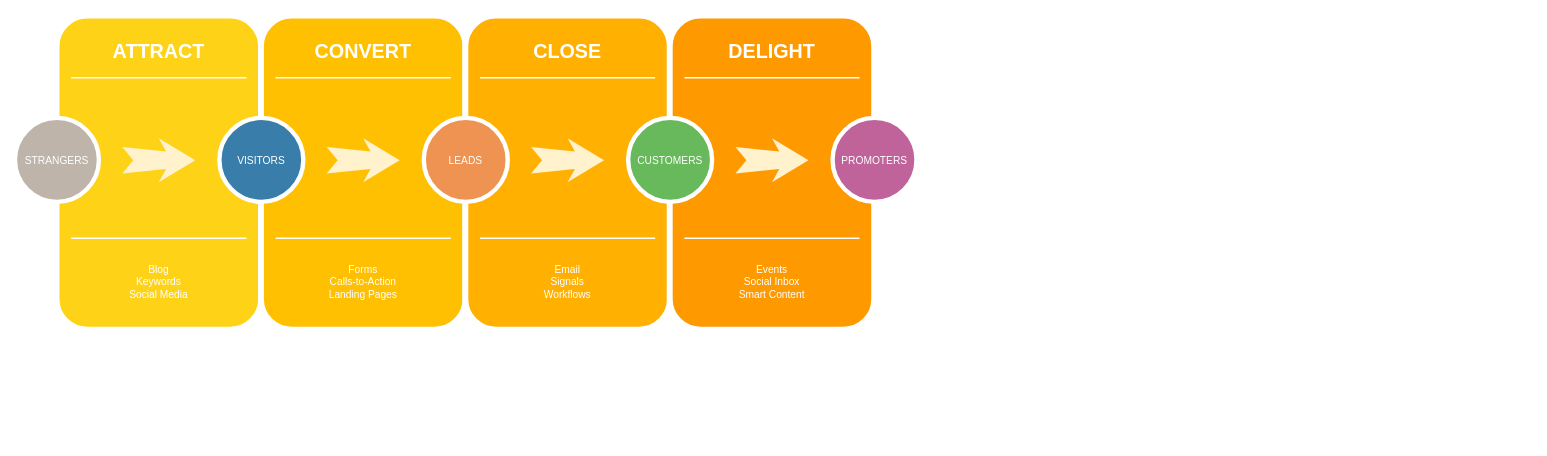
The draw.io diagram Диаграмма без названия.drawio in NoBoringDate/Project_x, before the edit. Source tidied: cells renumbered, new cells numbered last; positions are measured from the earlier drawing's top-left corner, leaving out a move shared by most shapes. Both pictures are drawn from the tidied source at 73%, with x=0, y=0 at pixel (15, 15).
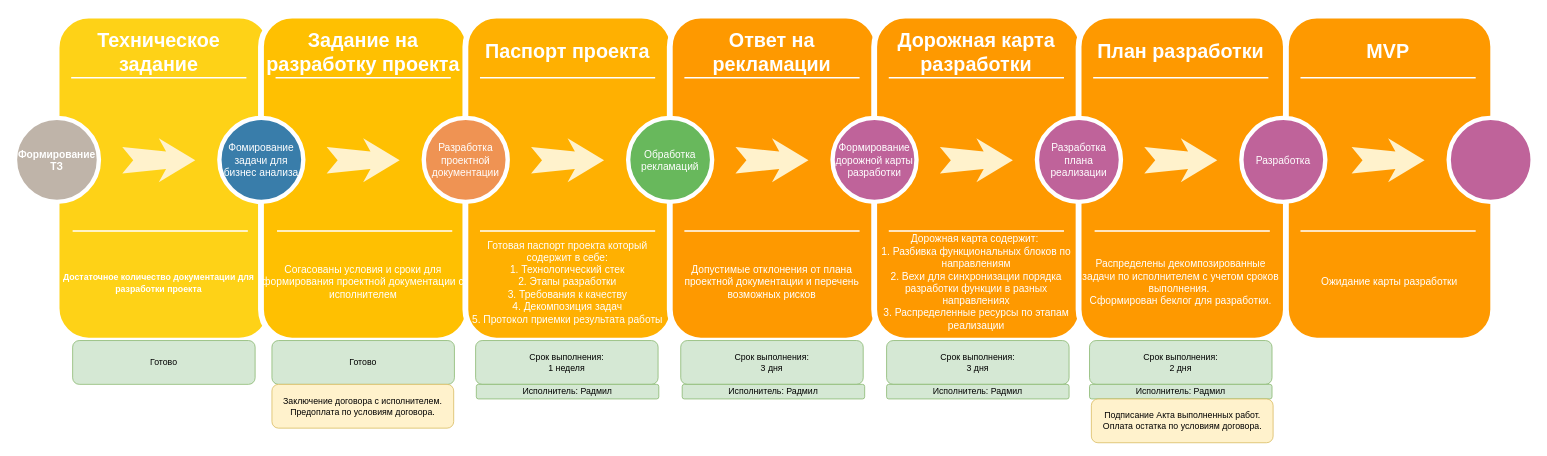
After the change.

What changed in the source:
```diff
@@
     <mxCell id="2" style="whiteSpace=wrap;html=1;rounded=1;shadow=0;strokeWidth=8;fontSize=20;align=center;fillColor=#FED217;strokeColor=#FFFFFF;" parent="1" vertex="1">
-      <mxGeometry x="57" width="280" height="430" as="geometry" />
+      <mxGeometry x="57" width="294" height="445" as="geometry" />
     </mxCell>
-    <mxCell id="3" value="ATTRACT" style="text;html=1;strokeColor=none;fillColor=none;align=center;verticalAlign=middle;whiteSpace=wrap;rounded=0;shadow=0;fontSize=27;fontColor=#FFFFFF;fontStyle=1;" parent="1" vertex="1">
+    <mxCell id="3" value="Техническое задание" style="text;html=1;strokeColor=none;fillColor=none;align=center;verticalAlign=middle;whiteSpace=wrap;rounded=0;shadow=0;fontSize=27;fontColor=#FFFFFF;fontStyle=1;" parent="1" vertex="1">
       <mxGeometry x="57" y="20" width="280" height="60" as="geometry" />
     </mxCell>
-    <mxCell id="4" value="Blog&lt;div&gt;Keywords&lt;/div&gt;&lt;div&gt;Social Media&lt;/div&gt;" style="text;html=1;strokeColor=none;fillColor=none;align=center;verticalAlign=middle;whiteSpace=wrap;rounded=0;shadow=0;fontSize=14;fontColor=#FFFFFF;" parent="1" vertex="1">
+    <mxCell id="4" value="&lt;b&gt;&lt;font style=&quot;font-size: 12px;&quot;&gt;Достаточное количество документации для разработки проекта&lt;/font&gt;&lt;/b&gt;" style="text;html=1;strokeColor=none;fillColor=none;align=center;verticalAlign=middle;whiteSpace=wrap;rounded=0;shadow=0;fontSize=14;fontColor=#FFFFFF;" parent="1" vertex="1">
       <mxGeometry x="57" y="320" width="280" height="90" as="geometry" />
     </mxCell>
@@
     <mxCell id="6" style="line;strokeWidth=2;html=1;rounded=0;shadow=0;fontSize=27;align=center;fillColor=none;strokeColor=#FFFFFF;" parent="1" vertex="1">
-      <mxGeometry x="77" y="300" width="240" height="10" as="geometry" />
+      <mxGeometry x="79" y="290" width="240" height="10" as="geometry" />
     </mxCell>
-    <mxCell id="7" value="STRANGERS" style="ellipse;whiteSpace=wrap;html=1;rounded=0;shadow=0;strokeWidth=6;fontSize=14;align=center;fillColor=#BFB4A9;strokeColor=#FFFFFF;fontColor=#FFFFFF;" parent="1" vertex="1">
+    <mxCell id="7" value="&lt;b&gt;Формирование&lt;br&gt;ТЗ&lt;/b&gt;" style="ellipse;whiteSpace=wrap;html=1;rounded=0;shadow=0;strokeWidth=6;fontSize=14;align=center;fillColor=#BFB4A9;strokeColor=#FFFFFF;fontColor=#FFFFFF;" parent="1" vertex="1">
       <mxGeometry y="140" width="115" height="115" as="geometry" />
     </mxCell>
@@
     <mxCell id="9" style="whiteSpace=wrap;html=1;rounded=1;shadow=0;strokeWidth=8;fontSize=20;align=center;fillColor=#FFC001;strokeColor=#FFFFFF;" parent="1" vertex="1">
-      <mxGeometry x="337" width="280" height="430" as="geometry" />
+      <mxGeometry x="337" width="284" height="445" as="geometry" />
     </mxCell>
-    <mxCell id="10" value="CONVERT" style="text;html=1;strokeColor=none;fillColor=none;align=center;verticalAlign=middle;whiteSpace=wrap;rounded=0;shadow=0;fontSize=27;fontColor=#FFFFFF;fontStyle=1;" parent="1" vertex="1">
+    <mxCell id="10" value="Задание на разработку проекта" style="text;html=1;strokeColor=none;fillColor=none;align=center;verticalAlign=middle;whiteSpace=wrap;rounded=0;shadow=0;fontSize=27;fontColor=#FFFFFF;fontStyle=1;" parent="1" vertex="1">
       <mxGeometry x="337" y="20" width="280" height="60" as="geometry" />
     </mxCell>
-    <mxCell id="11" value="Forms&lt;div&gt;Calls-to-Action&lt;/div&gt;&lt;div&gt;Landing Pages&lt;/div&gt;" style="text;html=1;strokeColor=none;fillColor=none;align=center;verticalAlign=middle;whiteSpace=wrap;rounded=0;shadow=0;fontSize=14;fontColor=#FFFFFF;" parent="1" vertex="1">
+    <mxCell id="11" value="Согасованы условия и сроки для формирования проектной документации с исполнителем" style="text;html=1;strokeColor=none;fillColor=none;align=center;verticalAlign=middle;whiteSpace=wrap;rounded=0;shadow=0;fontSize=14;fontColor=#FFFFFF;" parent="1" vertex="1">
       <mxGeometry x="337" y="320" width="280" height="90" as="geometry" />
     </mxCell>
@@
     <mxCell id="13" style="line;strokeWidth=2;html=1;rounded=0;shadow=0;fontSize=27;align=center;fillColor=none;strokeColor=#FFFFFF;" parent="1" vertex="1">
-      <mxGeometry x="357" y="300" width="240" height="10" as="geometry" />
+      <mxGeometry x="359" y="290" width="240" height="10" as="geometry" />
     </mxCell>
-    <mxCell id="14" value="VISITORS" style="ellipse;whiteSpace=wrap;html=1;rounded=0;shadow=0;strokeWidth=6;fontSize=14;align=center;fillColor=#397DAA;strokeColor=#FFFFFF;fontColor=#FFFFFF;" parent="1" vertex="1">
+    <mxCell id="14" value="Фомирование задачи для бизнес анализа" style="ellipse;whiteSpace=wrap;html=1;rounded=0;shadow=0;strokeWidth=6;fontSize=14;align=center;fillColor=#397DAA;strokeColor=#FFFFFF;fontColor=#FFFFFF;" parent="1" vertex="1">
       <mxGeometry x="280" y="140" width="115" height="115" as="geometry" />
     </mxCell>
@@
     <mxCell id="16" style="whiteSpace=wrap;html=1;rounded=1;shadow=0;strokeWidth=8;fontSize=20;align=center;fillColor=#FFB001;strokeColor=#FFFFFF;" parent="1" vertex="1">
-      <mxGeometry x="617" width="280" height="430" as="geometry" />
+      <mxGeometry x="617" width="284" height="445" as="geometry" />
     </mxCell>
-    <mxCell id="17" value="CLOSE" style="text;html=1;strokeColor=none;fillColor=none;align=center;verticalAlign=middle;whiteSpace=wrap;rounded=0;shadow=0;fontSize=27;fontColor=#FFFFFF;fontStyle=1;" parent="1" vertex="1">
+    <mxCell id="17" value="Паспорт проекта" style="text;html=1;strokeColor=none;fillColor=none;align=center;verticalAlign=middle;whiteSpace=wrap;rounded=0;shadow=0;fontSize=27;fontColor=#FFFFFF;fontStyle=1;" parent="1" vertex="1">
       <mxGeometry x="617" y="20" width="280" height="60" as="geometry" />
     </mxCell>
-    <mxCell id="18" value="Email&lt;div&gt;Signals&lt;/div&gt;&lt;div&gt;Workflows&lt;/div&gt;" style="text;html=1;strokeColor=none;fillColor=none;align=center;verticalAlign=middle;whiteSpace=wrap;rounded=0;shadow=0;fontSize=14;fontColor=#FFFFFF;" parent="1" vertex="1">
+    <mxCell id="18" value="Готовая паспорт проекта который содержит в себе:&lt;br&gt;1. Технологический стек&lt;br&gt;2. Этапы разработки&lt;br&gt;3. Требования к качеству&lt;br&gt;4. Декомпозиция задач&lt;br&gt;5. Протокол приемки результата работы" style="text;html=1;strokeColor=none;fillColor=none;align=center;verticalAlign=middle;whiteSpace=wrap;rounded=0;shadow=0;fontSize=14;fontColor=#FFFFFF;" parent="1" vertex="1">
       <mxGeometry x="617" y="320" width="280" height="90" as="geometry" />
     </mxCell>
@@
     <mxCell id="20" style="line;strokeWidth=2;html=1;rounded=0;shadow=0;fontSize=27;align=center;fillColor=none;strokeColor=#FFFFFF;" parent="1" vertex="1">
-      <mxGeometry x="637" y="300" width="240" height="10" as="geometry" />
+      <mxGeometry x="637" y="290" width="240" height="10" as="geometry" />
     </mxCell>
-    <mxCell id="21" value="LEADS" style="ellipse;whiteSpace=wrap;html=1;rounded=0;shadow=0;strokeWidth=6;fontSize=14;align=center;fillColor=#EF9353;strokeColor=#FFFFFF;fontColor=#FFFFFF;" parent="1" vertex="1">
+    <mxCell id="21" value="Разработка проектной документации" style="ellipse;whiteSpace=wrap;html=1;rounded=0;shadow=0;strokeWidth=6;fontSize=14;align=center;fillColor=#EF9353;strokeColor=#FFFFFF;fontColor=#FFFFFF;" parent="1" vertex="1">
       <mxGeometry x="560" y="140" width="115" height="115" as="geometry" />
     </mxCell>
@@
     <mxCell id="23" style="whiteSpace=wrap;html=1;rounded=1;shadow=0;strokeWidth=8;fontSize=20;align=center;fillColor=#FE9900;strokeColor=#FFFFFF;" parent="1" vertex="1">
-      <mxGeometry x="897" width="280" height="430" as="geometry" />
+      <mxGeometry x="897" width="284" height="445" as="geometry" />
     </mxCell>
-    <mxCell id="24" value="DELIGHT" style="text;html=1;strokeColor=none;fillColor=none;align=center;verticalAlign=middle;whiteSpace=wrap;rounded=0;shadow=0;fontSize=27;fontColor=#FFFFFF;fontStyle=1;" parent="1" vertex="1">
+    <mxCell id="24" value="Ответ на рекламации" style="text;html=1;strokeColor=none;fillColor=none;align=center;verticalAlign=middle;whiteSpace=wrap;rounded=0;shadow=0;fontSize=27;fontColor=#FFFFFF;fontStyle=1;" parent="1" vertex="1">
       <mxGeometry x="897" y="20" width="280" height="60" as="geometry" />
     </mxCell>
-    <mxCell id="25" value="Events&lt;div&gt;Social Inbox&lt;/div&gt;&lt;div&gt;Smart Content&lt;/div&gt;" style="text;html=1;strokeColor=none;fillColor=none;align=center;verticalAlign=middle;whiteSpace=wrap;rounded=0;shadow=0;fontSize=14;fontColor=#FFFFFF;" parent="1" vertex="1">
+    <mxCell id="25" value="Допустимые отклонения от плана проектной документации и перечень возможных рисков" style="text;html=1;strokeColor=none;fillColor=none;align=center;verticalAlign=middle;whiteSpace=wrap;rounded=0;shadow=0;fontSize=14;fontColor=#FFFFFF;" parent="1" vertex="1">
       <mxGeometry x="897" y="320" width="280" height="90" as="geometry" />
     </mxCell>
@@
     <mxCell id="27" style="line;strokeWidth=2;html=1;rounded=0;shadow=0;fontSize=27;align=center;fillColor=none;strokeColor=#FFFFFF;" parent="1" vertex="1">
-      <mxGeometry x="917" y="300" width="240" height="10" as="geometry" />
+      <mxGeometry x="917" y="290" width="240" height="10" as="geometry" />
     </mxCell>
-    <mxCell id="28" value="CUSTOMERS" style="ellipse;whiteSpace=wrap;html=1;rounded=0;shadow=0;strokeWidth=6;fontSize=14;align=center;fillColor=#68B85C;strokeColor=#FFFFFF;fontColor=#FFFFFF;" parent="1" vertex="1">
+    <mxCell id="28" value="Обработка рекламаций" style="ellipse;whiteSpace=wrap;html=1;rounded=0;shadow=0;strokeWidth=6;fontSize=14;align=center;fillColor=#68B85C;strokeColor=#FFFFFF;fontColor=#FFFFFF;" parent="1" vertex="1">
       <mxGeometry x="840" y="140" width="115" height="115" as="geometry" />
     </mxCell>
@@
+    <mxCell id="31" style="whiteSpace=wrap;html=1;rounded=1;shadow=0;strokeWidth=8;fontSize=20;align=center;fillColor=#FE9900;strokeColor=#FFFFFF;" parent="1" vertex="1">
+      <mxGeometry x="1177" width="284" height="445" as="geometry" />
+    </mxCell>
+    <mxCell id="32" value="Дорожная карта разработки" style="text;html=1;strokeColor=none;fillColor=none;align=center;verticalAlign=middle;whiteSpace=wrap;rounded=0;shadow=0;fontSize=27;fontColor=#FFFFFF;fontStyle=1;" parent="1" vertex="1">
+      <mxGeometry x="1177" y="20" width="280" height="60" as="geometry" />
+    </mxCell>
+    <mxCell id="33" value="Дорожная карта содержит:&amp;nbsp;&lt;br&gt;1. Разбивка функциональных блоков по направлениям&lt;div&gt;2. Вехи для синхронизации порядка разработки функции в разных направлениях&lt;br&gt;3. Распределенные ресурсы по этапам реализации&lt;/div&gt;" style="text;html=1;strokeColor=none;fillColor=none;align=center;verticalAlign=middle;whiteSpace=wrap;rounded=0;shadow=0;fontSize=14;fontColor=#FFFFFF;" parent="1" vertex="1">
+      <mxGeometry x="1177" y="320" width="280" height="90" as="geometry" />
+    </mxCell>
+    <mxCell id="34" style="line;strokeWidth=2;html=1;rounded=0;shadow=0;fontSize=27;align=center;fillColor=none;strokeColor=#FFFFFF;" parent="1" vertex="1">
+      <mxGeometry x="1197" y="80" width="240" height="10" as="geometry" />
+    </mxCell>
+    <mxCell id="35" style="line;strokeWidth=2;html=1;rounded=0;shadow=0;fontSize=27;align=center;fillColor=none;strokeColor=#FFFFFF;" parent="1" vertex="1">
+      <mxGeometry x="1197" y="290" width="240" height="10" as="geometry" />
+    </mxCell>
+    <mxCell id="36" style="html=1;shadow=0;dashed=0;align=center;verticalAlign=middle;shape=mxgraph.arrows2.stylisedArrow;dy=0.6;dx=40;notch=15;feather=0.4;rounded=0;strokeWidth=1;fontSize=27;strokeColor=none;fillColor=#fff2cc;" parent="1" vertex="1">
+      <mxGeometry x="1267" y="168" width="100" height="60" as="geometry" />
+    </mxCell>
-    <mxCell id="30" value="PROMOTERS" style="ellipse;whiteSpace=wrap;html=1;rounded=0;shadow=0;strokeWidth=6;fontSize=14;align=center;fillColor=#BF639A;strokeColor=#FFFFFF;fontColor=#FFFFFF;" parent="1" vertex="1">
+    <mxCell id="30" value="Формирование дорожной карты разработки" style="ellipse;whiteSpace=wrap;html=1;rounded=0;shadow=0;strokeWidth=6;fontSize=14;align=center;fillColor=#BF639A;strokeColor=#FFFFFF;fontColor=#FFFFFF;" parent="1" vertex="1">
       <mxGeometry x="1120" y="140" width="115" height="115" as="geometry" />
     </mxCell>
+    <mxCell id="37" style="whiteSpace=wrap;html=1;rounded=1;shadow=0;strokeWidth=8;fontSize=20;align=center;fillColor=#FE9900;strokeColor=#FFFFFF;" parent="1" vertex="1">
+      <mxGeometry x="1457" width="284" height="445" as="geometry" />
+    </mxCell>
+    <mxCell id="38" value="План разработки" style="text;html=1;strokeColor=none;fillColor=none;align=center;verticalAlign=middle;whiteSpace=wrap;rounded=0;shadow=0;fontSize=27;fontColor=#FFFFFF;fontStyle=1;" parent="1" vertex="1">
+      <mxGeometry x="1457" y="20" width="280" height="60" as="geometry" />
+    </mxCell>
+    <mxCell id="39" value="Распределены декомпозированные задачи по исполнителем с учетом сроков выполнения.&amp;nbsp;&lt;br&gt;Сформирован беклог для разработки." style="text;html=1;strokeColor=none;fillColor=none;align=center;verticalAlign=middle;whiteSpace=wrap;rounded=0;shadow=0;fontSize=14;fontColor=#FFFFFF;" parent="1" vertex="1">
+      <mxGeometry x="1457" y="320" width="280" height="90" as="geometry" />
+    </mxCell>
+    <mxCell id="40" style="line;strokeWidth=2;html=1;rounded=0;shadow=0;fontSize=27;align=center;fillColor=none;strokeColor=#FFFFFF;" parent="1" vertex="1">
+      <mxGeometry x="1477" y="80" width="240" height="10" as="geometry" />
+    </mxCell>
+    <mxCell id="41" style="line;strokeWidth=2;html=1;rounded=0;shadow=0;fontSize=27;align=center;fillColor=none;strokeColor=#FFFFFF;" parent="1" vertex="1">
+      <mxGeometry x="1479" y="290" width="240" height="10" as="geometry" />
+    </mxCell>
+    <mxCell id="42" style="html=1;shadow=0;dashed=0;align=center;verticalAlign=middle;shape=mxgraph.arrows2.stylisedArrow;dy=0.6;dx=40;notch=15;feather=0.4;rounded=0;strokeWidth=1;fontSize=27;strokeColor=none;fillColor=#fff2cc;" parent="1" vertex="1">
+      <mxGeometry x="1547" y="168" width="100" height="60" as="geometry" />
+    </mxCell>
+    <mxCell id="43" value="Разработка плана реализации" style="ellipse;whiteSpace=wrap;html=1;rounded=0;shadow=0;strokeWidth=6;fontSize=14;align=center;fillColor=#BF639A;strokeColor=#FFFFFF;fontColor=#FFFFFF;" parent="1" vertex="1">
+      <mxGeometry x="1400" y="140" width="115" height="115" as="geometry" />
+    </mxCell>
+    <mxCell id="44" value="&lt;div&gt;&lt;br&gt;&lt;/div&gt;&lt;div&gt;&lt;br&gt;&lt;/div&gt;&lt;div&gt;&lt;br&gt;&lt;/div&gt;&lt;div&gt;&lt;br&gt;&lt;/div&gt;&lt;div&gt;&lt;br&gt;&lt;/div&gt;&lt;div&gt;&lt;br&gt;&lt;/div&gt;&lt;div&gt;&lt;br&gt;&lt;/div&gt;&lt;div&gt;&lt;br&gt;&lt;/div&gt;&lt;div&gt;&lt;br&gt;&lt;/div&gt;" style="whiteSpace=wrap;html=1;rounded=1;shadow=0;strokeWidth=8;fontSize=20;align=center;fillColor=#FE9900;strokeColor=#FFFFFF;" parent="1" vertex="1">
+      <mxGeometry x="1741" width="284" height="445" as="geometry" />
+    </mxCell>
+    <mxCell id="45" value="MVP" style="text;html=1;strokeColor=none;fillColor=none;align=center;verticalAlign=middle;whiteSpace=wrap;rounded=0;shadow=0;fontSize=27;fontColor=#FFFFFF;fontStyle=1;" parent="1" vertex="1">
+      <mxGeometry x="1741" y="20" width="280" height="60" as="geometry" />
+    </mxCell>
+    <mxCell id="46" style="line;strokeWidth=2;html=1;rounded=0;shadow=0;fontSize=27;align=center;fillColor=none;strokeColor=#FFFFFF;" parent="1" vertex="1">
+      <mxGeometry x="1761" y="80" width="240" height="10" as="geometry" />
+    </mxCell>
+    <mxCell id="47" style="line;strokeWidth=2;html=1;rounded=0;shadow=0;fontSize=27;align=center;fillColor=none;strokeColor=#FFFFFF;" parent="1" vertex="1">
+      <mxGeometry x="1761" y="290" width="240" height="10" as="geometry" />
+    </mxCell>
+    <mxCell id="48" style="html=1;shadow=0;dashed=0;align=center;verticalAlign=middle;shape=mxgraph.arrows2.stylisedArrow;dy=0.6;dx=40;notch=15;feather=0.4;rounded=0;strokeWidth=1;fontSize=27;strokeColor=none;fillColor=#fff2cc;" parent="1" vertex="1">
+      <mxGeometry x="1831" y="168" width="100" height="60" as="geometry" />
+    </mxCell>
+    <mxCell id="49" value="Разработка" style="ellipse;whiteSpace=wrap;html=1;rounded=0;shadow=0;strokeWidth=6;fontSize=14;align=center;fillColor=#BF639A;strokeColor=#FFFFFF;fontColor=#FFFFFF;" parent="1" vertex="1">
+      <mxGeometry x="1680" y="140" width="115" height="115" as="geometry" />
+    </mxCell>
+    <mxCell id="50" style="ellipse;whiteSpace=wrap;html=1;rounded=0;shadow=0;strokeWidth=6;fontSize=14;align=center;fillColor=#BF639A;strokeColor=#FFFFFF;fontColor=#FFFFFF;" parent="1" vertex="1">
+      <mxGeometry x="1964" y="140" width="115" height="115" as="geometry" />
+    </mxCell>
+    <mxCell id="51" value="Срок выполнения:&lt;br&gt;1 неделя" style="rounded=1;whiteSpace=wrap;html=1;fillColor=#d5e8d4;strokeColor=#82b366;" parent="1" vertex="1">
+      <mxGeometry x="631" y="445" width="250" height="60" as="geometry" />
+    </mxCell>
+    <mxCell id="52" value="Срок выполнения:&lt;br&gt;3 дня" style="rounded=1;whiteSpace=wrap;html=1;fillColor=#d5e8d4;strokeColor=#82b366;" parent="1" vertex="1">
+      <mxGeometry x="912" y="445" width="250" height="60" as="geometry" />
+    </mxCell>
+    <mxCell id="53" value="Готово" style="rounded=1;whiteSpace=wrap;html=1;fillColor=#d5e8d4;strokeColor=#82b366;" parent="1" vertex="1">
+      <mxGeometry x="352" y="445" width="250" height="60" as="geometry" />
+    </mxCell>
+    <mxCell id="54" value="Готово" style="rounded=1;whiteSpace=wrap;html=1;fillColor=#d5e8d4;strokeColor=#82b366;" parent="1" vertex="1">
+      <mxGeometry x="79" y="445" width="250" height="60" as="geometry" />
+    </mxCell>
+    <mxCell id="55" value="Срок выполнения:&lt;br&gt;3 дня" style="rounded=1;whiteSpace=wrap;html=1;fillColor=#d5e8d4;strokeColor=#82b366;" parent="1" vertex="1">
+      <mxGeometry x="1194" y="445" width="250" height="60" as="geometry" />
+    </mxCell>
+    <mxCell id="56" value="Срок выполнения:&lt;br&gt;2 дня" style="rounded=1;whiteSpace=wrap;html=1;fillColor=#d5e8d4;strokeColor=#82b366;" parent="1" vertex="1">
+      <mxGeometry x="1472" y="445" width="250" height="60" as="geometry" />
+    </mxCell>
+    <mxCell id="57" value="Исполнитель: Радмил" style="rounded=1;whiteSpace=wrap;html=1;fillColor=#d5e8d4;strokeColor=#82b366;" parent="1" vertex="1">
+      <mxGeometry x="632" y="505" width="250" height="20" as="geometry" />
+    </mxCell>
+    <mxCell id="58" value="Исполнитель: Радмил" style="rounded=1;whiteSpace=wrap;html=1;fillColor=#d5e8d4;strokeColor=#82b366;" parent="1" vertex="1">
+      <mxGeometry x="914" y="505" width="250" height="20" as="geometry" />
+    </mxCell>
+    <mxCell id="59" value="Исполнитель: Радмил" style="rounded=1;whiteSpace=wrap;html=1;fillColor=#d5e8d4;strokeColor=#82b366;" parent="1" vertex="1">
+      <mxGeometry x="1194" y="505" width="250" height="20" as="geometry" />
+    </mxCell>
+    <mxCell id="60" value="Исполнитель: Радмил" style="rounded=1;whiteSpace=wrap;html=1;fillColor=#d5e8d4;strokeColor=#82b366;" parent="1" vertex="1">
+      <mxGeometry x="1472" y="505" width="250" height="20" as="geometry" />
+    </mxCell>
+    <mxCell id="61" value="Заключение договора с исполнителем.&lt;br&gt;Предоплата по условиям договора." style="rounded=1;whiteSpace=wrap;html=1;fillColor=#fff2cc;strokeColor=#d6b656;" parent="1" vertex="1">
+      <mxGeometry x="352" y="505" width="249" height="60" as="geometry" />
+    </mxCell>
+    <mxCell id="62" value="Подписание Акта выполненных работ.&lt;br&gt;Оплата остатка по условиям договора." style="rounded=1;whiteSpace=wrap;html=1;fillColor=#fff2cc;strokeColor=#d6b656;" parent="1" vertex="1">
+      <mxGeometry x="1474.5" y="525" width="249" height="60" as="geometry" />
+    </mxCell>
+    <mxCell id="63" value="Ожидание карты разработки" style="text;html=1;strokeColor=none;fillColor=none;align=center;verticalAlign=middle;whiteSpace=wrap;rounded=0;shadow=0;fontSize=14;fontColor=#FFFFFF;" parent="1" vertex="1">
+      <mxGeometry x="1743" y="320" width="280" height="90" as="geometry" />
+    </mxCell>
```
